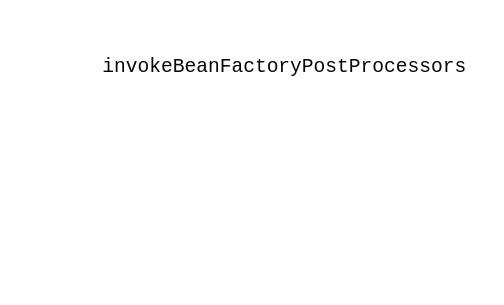
davisday227/Dubhe keeps this draw.io diagram as page "第 5 页" (6 of 8) of spring boot/ApplicationContext体系结构.drawio. Above is the earlier version. Source tidied: cells renumbered, new cells numbered last; positions are measured from the earlier drawing's top-left corner, leaving out a move shared by most shapes. Both pictures are drawn from the tidied source at 150%, with x=0, y=0 at pixel (87, 26).
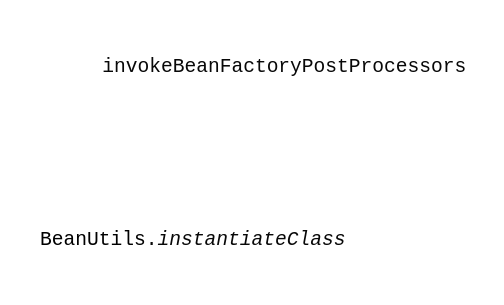
Above is the later version.

Change to the diagram source:
```diff
@@
 <mxGraphModel>
   <root>
     <mxCell id="0" />
     <mxCell id="1" parent="0" />
     <mxCell id="2" value="&lt;pre style=&quot;background-color:#ffffff;color:#080808;font-family:'JetBrains Mono',monospace;font-size:9.8pt;&quot;&gt;invokeBeanFactoryPostProcessors&lt;/pre&gt;" style="text;html=1;align=center;verticalAlign=middle;strokeColor=none;fillColor=none;fontSize=14;" parent="1" vertex="1">
       <mxGeometry width="261" height="54" as="geometry" />
     </mxCell>
+    <mxCell id="3" value="&lt;pre style=&quot;background-color:#ffffff;color:#080808;font-family:'JetBrains Mono',monospace;font-size:9.8pt;&quot;&gt;&lt;span style=&quot;color:#000000;&quot;&gt;BeanUtils&lt;/span&gt;.&lt;span style=&quot;font-style:italic;&quot;&gt;instantiateClass&lt;/span&gt;&lt;/pre&gt;" style="text;html=1;align=center;verticalAlign=middle;strokeColor=none;fillColor=none;fontSize=12;" parent="1" vertex="1">
+      <mxGeometry x="-41" y="115" width="222" height="54" as="geometry" />
+    </mxCell>
   </root>
 </mxGraphModel>
```
